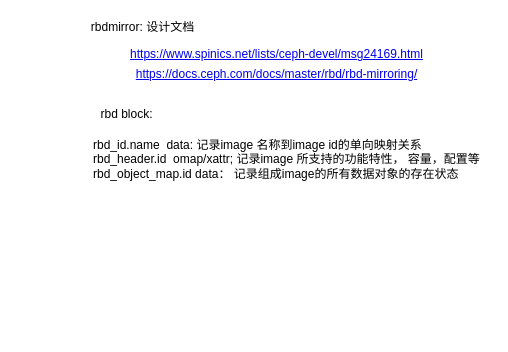
Before: page "osd pg transaction" (4 of 5) of Untitled Diagram.drawio in ChenFanTony/ceph-diagrams, a draw.io diagram. Source tidied: cells renumbered, new cells numbered last; positions are measured from the earlier drawing's top-left corner, leaving out a move shared by most shapes. Both pictures are drawn from the tidied source at 100%, with x=0, y=0 at pixel (82, 17).
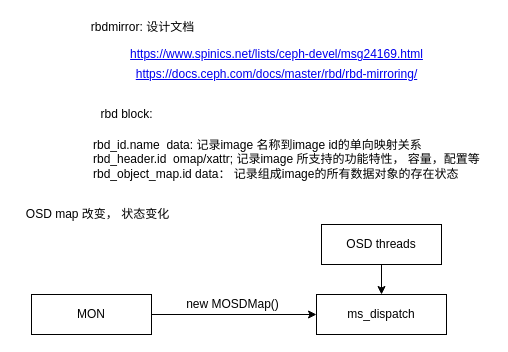
The same page after the edit.

The edit, as a diff of the source:
```diff
@@
 <mxGraphModel>
   <root>
     <mxCell id="0" />
     <mxCell id="1" parent="0" />
     <mxCell id="2" value="&lt;a href=&quot;https://www.spinics.net/lists/ceph-devel/msg24169.html&quot;&gt;https://www.spinics.net/lists/ceph-devel/msg24169.html&lt;/a&gt;" style="text;html=1;align=center;verticalAlign=middle;" parent="1" vertex="1">
       <mxGeometry x="39" y="27" width="310" height="20" as="geometry" />
     </mxCell>
     <mxCell id="3" value="rbdmirror: 设计文档" style="text;html=1;align=center;verticalAlign=middle;" parent="1" vertex="1">
       <mxGeometry width="120" height="20" as="geometry" />
     </mxCell>
     <mxCell id="4" value="rbd block:" style="text;html=1;align=center;verticalAlign=middle;" parent="1" vertex="1">
       <mxGeometry x="9" y="87" width="70" height="20" as="geometry" />
     </mxCell>
     <mxCell id="5" value="rbd_id.name&amp;nbsp; data: 记录image 名称到image id的单向映射关系&lt;br&gt;rbd_header.id&amp;nbsp; omap/xattr; 记录image 所支持的功能特性， 容量，配置等&lt;br&gt;rbd_object_map.id data： 记录组成image的所有数据对象的存在状态" style="text;html=1;align=left;verticalAlign=middle;" parent="1" vertex="1">
       <mxGeometry x="9" y="117" width="400" height="50" as="geometry" />
     </mxCell>
     <mxCell id="6" value="&lt;a href=&quot;https://docs.ceph.com/docs/master/rbd/rbd-mirroring/&quot;&gt;https://docs.ceph.com/docs/master/rbd/rbd-mirroring/&lt;/a&gt;" style="text;html=1;align=center;verticalAlign=middle;" parent="1" vertex="1">
       <mxGeometry x="44" y="47" width="300" height="20" as="geometry" />
     </mxCell>
+    <mxCell id="7" value="ms_dispatch" style="rounded=0;whiteSpace=wrap;html=1;" parent="1" vertex="1">
+      <mxGeometry x="234" y="277" width="130" height="40" as="geometry" />
+    </mxCell>
+    <mxCell id="8" value="MON" style="rounded=0;whiteSpace=wrap;html=1;" parent="1" vertex="1">
+      <mxGeometry x="-51" y="277" width="120" height="40" as="geometry" />
+    </mxCell>
+    <mxCell id="9" value="OSD threads" style="rounded=0;whiteSpace=wrap;html=1;" parent="1" vertex="1">
+      <mxGeometry x="239" y="207" width="120" height="40" as="geometry" />
+    </mxCell>
+    <mxCell id="10" style="endArrow=classic;html=1;exitX=1;exitY=0.5;exitDx=0;exitDy=0;entryX=0;entryY=0.5;entryDx=0;entryDy=0;" parent="1" edge="1" source="8" target="7">
+      <mxGeometry relative="1" as="geometry" />
+    </mxCell>
+    <mxCell id="11" style="endArrow=classic;html=1;exitX=0.5;exitY=1;exitDx=0;exitDy=0;entryX=0.5;entryY=0;entryDx=0;entryDy=0;" parent="1" edge="1" source="9" target="7">
+      <mxGeometry relative="1" as="geometry" />
+    </mxCell>
+    <mxCell id="12" value="new MOSDMap()" style="text;html=1;align=center;verticalAlign=middle;" parent="1" vertex="1">
+      <mxGeometry x="95" y="277" width="110" height="20" as="geometry" />
+    </mxCell>
+    <mxCell id="13" value="OSD map 改变， 状态变化" style="text;html=1;align=center;verticalAlign=middle;" parent="1" vertex="1">
+      <mxGeometry x="-65" y="187" width="160" height="20" as="geometry" />
+    </mxCell>
   </root>
 </mxGraphModel>
```
